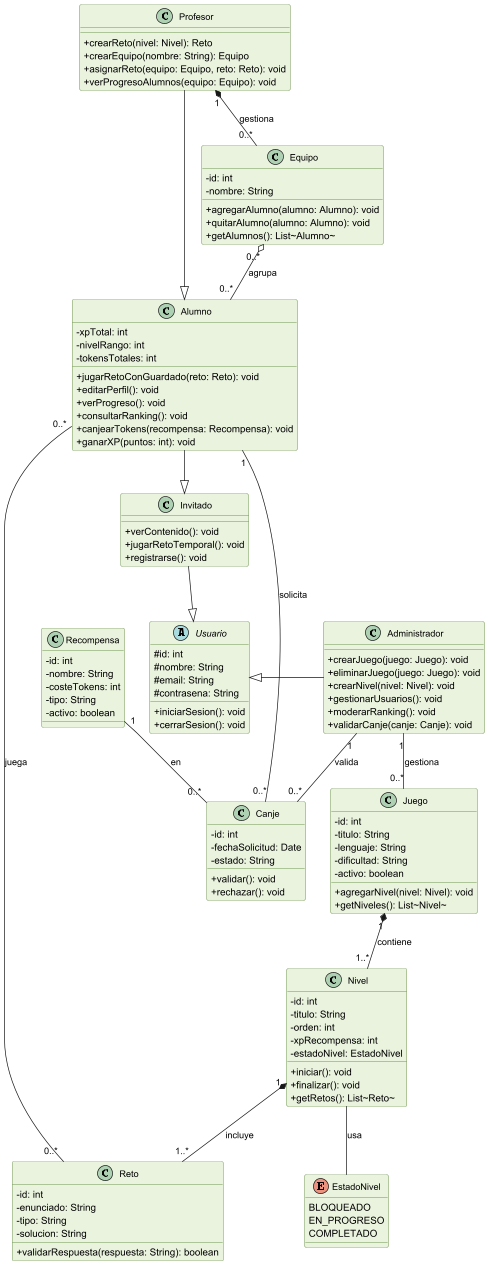
Above: diagramas/diagrama_clases.png in Scotty-App/Scotty-App-Docs (PlantUML), before the change.
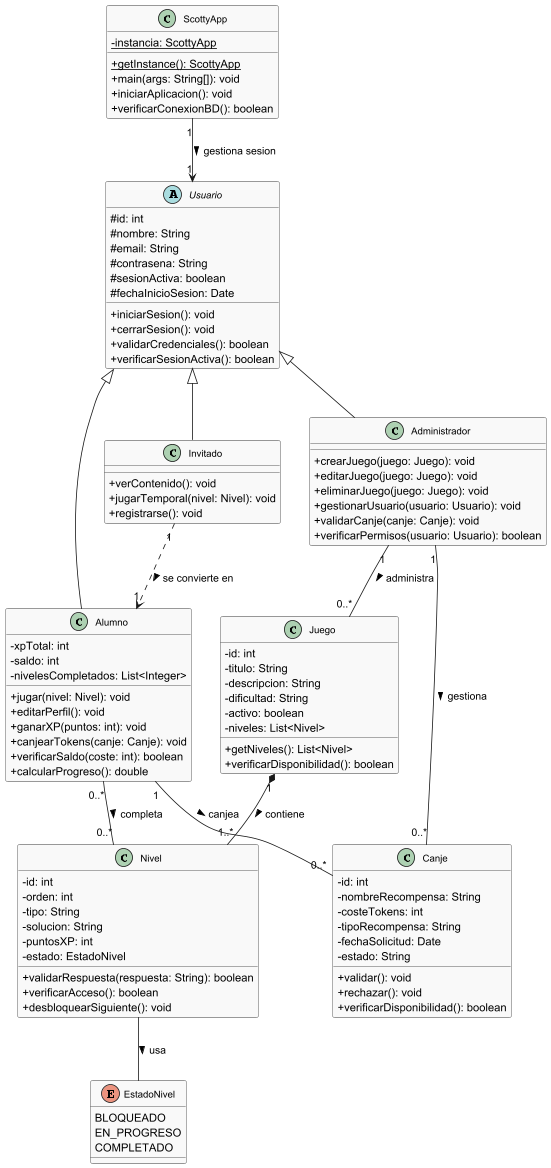
The same diagram one commit later.

Change to the diagram source:
```diff
@@ -1,8 +1,8 @@
 @startuml
 skinparam classAttributeIconSize 0
-skinparam classFontSize 13
-skinparam classBackgroundColor #EAF3DE
-skinparam classBorderColor #3B6D11
+skinparam classFontSize 12
+skinparam classBackgroundColor #f9f9f9
+skinparam classBorderColor #333333
 
 enum EstadoNivel {
   BLOQUEADO
@@ -15,112 +15,99 @@
   # nombre: String
   # email: String
   # contrasena: String
+  # sesionActiva: boolean
+  # fechaInicioSesion: Date
   + iniciarSesion(): void
   + cerrarSesion(): void
+  + validarCredenciales(): boolean
+  + verificarSesionActiva(): boolean
 }
 
 class Invitado {
   + verContenido(): void
-  + jugarRetoTemporal(): void
+  + jugarTemporal(nivel: Nivel): void
   + registrarse(): void
 }
 
 class Alumno {
   - xpTotal: int
-  - nivelRango: int
-  - tokensTotales: int
-  + jugarRetoConGuardado(reto: Reto): void
+  - saldo: int
+  - nivelesCompletados: List<Integer>
+  + jugar(nivel: Nivel): void
   + editarPerfil(): void
-  + verProgreso(): void
-  + consultarRanking(): void
-  + canjearTokens(recompensa: Recompensa): void
   + ganarXP(puntos: int): void
-}
-
-class Profesor {
-  + crearReto(nivel: Nivel): Reto
-  + crearEquipo(nombre: String): Equipo
-  + asignarReto(equipo: Equipo, reto: Reto): void
-  + verProgresoAlumnos(equipo: Equipo): void
+  + canjearTokens(canje: Canje): void
+  + verificarSaldo(coste: int): boolean
+  + calcularProgreso(): double
 }
 
 class Administrador {
   + crearJuego(juego: Juego): void
+  + editarJuego(juego: Juego): void
   + eliminarJuego(juego: Juego): void
-  + crearNivel(nivel: Nivel): void
-  + gestionarUsuarios(): void
-  + moderarRanking(): void
+  + gestionarUsuario(usuario: Usuario): void
   + validarCanje(canje: Canje): void
+  + verificarPermisos(usuario: Usuario): boolean
 }
 
 class Juego {
   - id: int
   - titulo: String
-  - lenguaje: String
+  - descripcion: String
   - dificultad: String
   - activo: boolean
-  + agregarNivel(nivel: Nivel): void
-  + getNiveles(): List~Nivel~
+  - niveles: List<Nivel>
+  + getNiveles(): List<Nivel>
+  + verificarDisponibilidad(): boolean
 }
 
 class Nivel {
   - id: int
-  - titulo: String
   - orden: int
-  - xpRecompensa: int
-  - estadoNivel: EstadoNivel
-  + iniciar(): void
-  + finalizar(): void
-  + getRetos(): List~Reto~
-}
-
-class Reto {
-  - id: int
-  - enunciado: String
   - tipo: String
   - solucion: String
+  - puntosXP: int
+  - estado: EstadoNivel
   + validarRespuesta(respuesta: String): boolean
-}
-
-class Recompensa {
-  - id: int
-  - nombre: String
-  - costeTokens: int
-  - tipo: String
-  - activo: boolean
+  + verificarAcceso(): boolean
+  + desbloquearSiguiente(): void
 }
 
 class Canje {
   - id: int
+  - nombreRecompensa: String
+  - costeTokens: int
+  - tipoRecompensa: String
   - fechaSolicitud: Date
   - estado: String
   + validar(): void
   + rechazar(): void
+  + verificarDisponibilidad(): boolean
 }
 
-class Equipo {
-  - id: int
-  - nombre: String
-  + agregarAlumno(alumno: Alumno): void
-  + quitarAlumno(alumno: Alumno): void
-  + getAlumnos(): List~Alumno~
+class ScottyApp {
+  - {static} instancia: ScottyApp
+  + {static} getInstance(): ScottyApp
+  + main(args: String[]): void
+  + iniciarAplicacion(): void
+  + verificarConexionBD(): boolean
 }
 
+Usuario <|-- Invitado
+Usuario <|-- Alumno
+Usuario <|-- Administrador
 
-Alumno -down-|> Invitado
-Invitado -down-|> Usuario
-Profesor -down-|> Alumno
-Administrador -left-|> Usuario
+Invitado "1" ..> "1" Alumno : se convierte en >
 
-Juego "1" *-- "1..*" Nivel : contiene
-Nivel "1" *-- "1..*" Reto : incluye
-Nivel -- EstadoNivel : usa
-Alumno "0..*" -right- "0..*" Reto : juega
-Alumno "1" -- "0..*" Canje : solicita
-Recompensa "1" -- "0..*" Canje : en
-Administrador "1" -- "0..*" Canje : valida
-Administrador "1" -- "0..*" Juego : gestiona
-Profesor "1" *-- "0..*" Equipo : gestiona
-Equipo "0..*" o-- "0..*" Alumno : agrupa
+ScottyApp "1" --> "1" Usuario : gestiona sesion >
+
+Alumno "1" -- "0..*" Canje : canjea >
+Alumno "0..*" -- "0..*" Nivel : completa >
+
+Administrador "1" -- "0..*" Canje : gestiona >
+Administrador "1" -- "0..*" Juego : administra >
+
+Juego "1" *-- "1..*" Nivel : contiene >
+Nivel -- EstadoNivel : usa >
 
 @enduml
```
